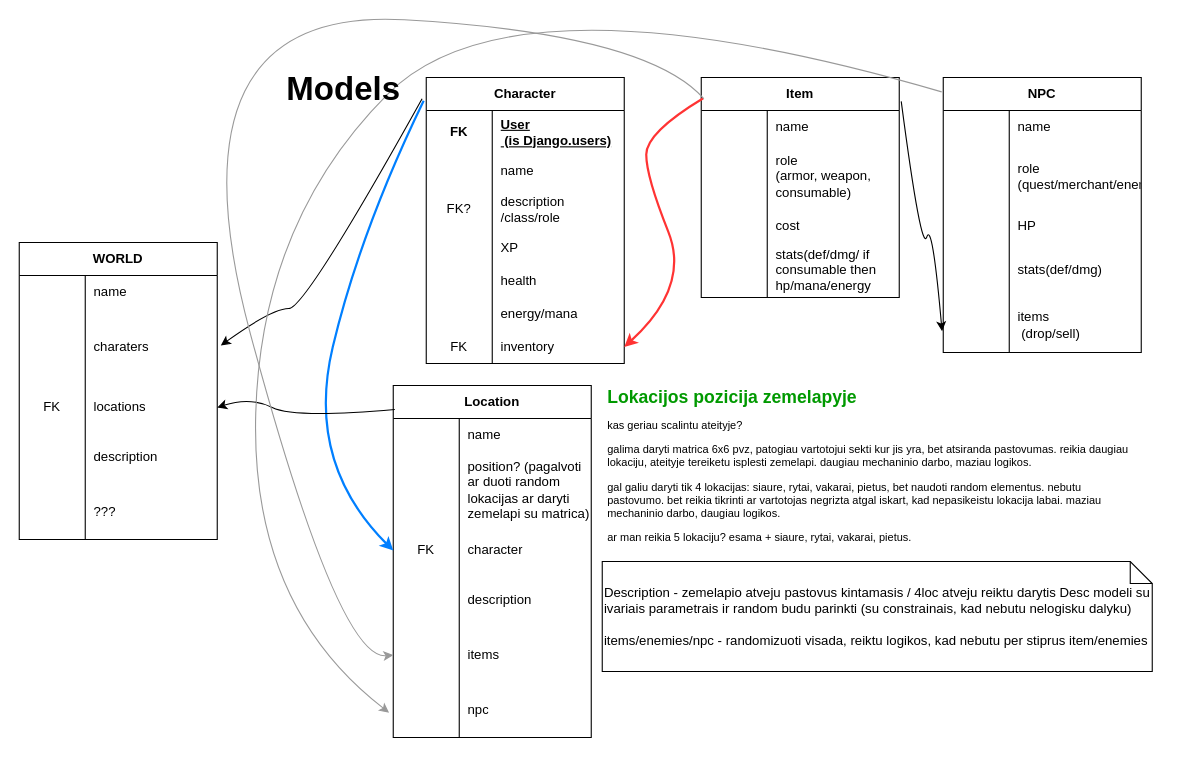
The draw.io diagram autoservisas/baigiamajam.drawio in trasher-is/autoservisas, before the edit. Source tidied: cells renumbered, new cells numbered last; positions are measured from the earlier drawing's top-left corner, leaving out a move shared by most shapes. Both pictures are drawn from the tidied source at 110%, with x=0, y=0 at pixel (19, -33).
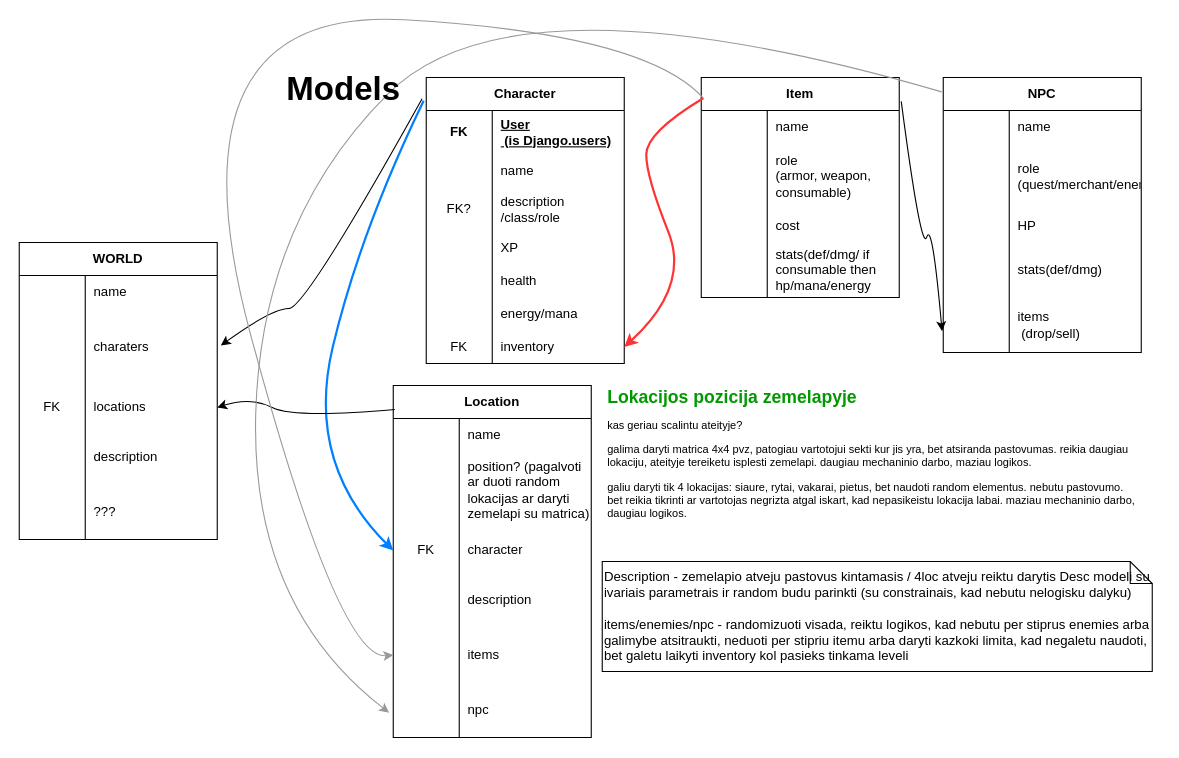
Above is the later version.

Diff of the diagram source:
```diff
@@
-    <mxCell id="58" value="&lt;h1 style=&quot;font-size: 16px;&quot;&gt;&lt;font style=&quot;font-size: 16px;&quot; color=&quot;#009900&quot;&gt;Lokacijos pozicija zemelapyje&lt;/font&gt;&lt;font style=&quot;font-size: 16px;&quot;&gt;&lt;br&gt;&lt;/font&gt;&lt;/h1&gt;&lt;p style=&quot;font-size: 10px;&quot;&gt;&lt;font style=&quot;font-size: 10px;&quot;&gt;kas geriau scalintu ateityje?&lt;/font&gt;&lt;/p&gt;&lt;p style=&quot;font-size: 10px;&quot;&gt;&lt;font style=&quot;font-size: 10px;&quot;&gt;galima daryti matrica 6x6 pvz, patogiau vartotojui sekti kur jis yra, bet atsiranda pastovumas. reikia daugiau lokaciju, ateityje tereiketu isplesti zemelapi. daugiau mechaninio darbo, maziau logikos.&lt;br&gt;&lt;/font&gt;&lt;/p&gt;&lt;p style=&quot;font-size: 10px;&quot;&gt;&lt;font style=&quot;font-size: 10px;&quot;&gt;gal galiu daryti tik 4 lokacijas: siaure, rytai, vakarai, pietus, bet naudoti random elementus. nebutu pastovumo. bet reikia tikrinti ar vartotojas negrizta atgal iskart, kad nepasikeistu lokacija labai. maziau mechaninio darbo, daugiau logikos.&lt;/font&gt;&lt;/p&gt;&lt;p style=&quot;font-size: 10px;&quot;&gt;&lt;font style=&quot;font-size: 10px;&quot;&gt;ar man reikia 5 lokaciju? esama + siaure, rytai, vakarai, pietus.&lt;/font&gt;&lt;/p&gt;" style="text;html=1;strokeColor=none;fillColor=none;spacing=5;spacingTop=-20;whiteSpace=wrap;overflow=hidden;rounded=0;" parent="1" vertex="1">
+    <mxCell id="58" value="&lt;h1 style=&quot;font-size: 16px;&quot;&gt;&lt;font style=&quot;font-size: 16px;&quot; color=&quot;#009900&quot;&gt;Lokacijos pozicija zemelapyje&lt;/font&gt;&lt;font style=&quot;font-size: 16px;&quot;&gt;&lt;br&gt;&lt;/font&gt;&lt;/h1&gt;&lt;p style=&quot;font-size: 10px;&quot;&gt;&lt;font style=&quot;font-size: 10px;&quot;&gt;kas geriau scalintu ateityje?&lt;/font&gt;&lt;/p&gt;&lt;p style=&quot;font-size: 10px;&quot;&gt;&lt;font style=&quot;font-size: 10px;&quot;&gt;galima daryti matrica 4x4 pvz, patogiau vartotojui sekti kur jis yra, bet atsiranda pastovumas. reikia daugiau lokaciju, ateityje tereiketu isplesti zemelapi. daugiau mechaninio darbo, maziau logikos.&lt;br&gt;&lt;/font&gt;&lt;/p&gt;&lt;p style=&quot;font-size: 10px;&quot;&gt;&lt;font style=&quot;font-size: 10px;&quot;&gt;galiu daryti tik 4 lokacijas: siaure, rytai, vakarai, pietus, bet naudoti random elementus. nebutu pastovumo. bet reikia tikrinti ar vartotojas negrizta atgal iskart, kad nepasikeistu lokacija labai. maziau mechaninio darbo, daugiau logikos.&lt;/font&gt;&lt;/p&gt;" style="text;html=1;strokeColor=none;fillColor=none;spacing=5;spacingTop=-20;whiteSpace=wrap;overflow=hidden;rounded=0;" parent="1" vertex="1">
       <mxGeometry x="530" y="380" width="490" height="150" as="geometry" />
     </mxCell>
-    <mxCell id="59" value="Description - zemelapio atveju pastovus kintamasis / 4loc atveju reiktu darytis Desc modeli su ivariais parametrais ir random budu parinkti (su constrainais, kad nebutu nelogisku dalyku)&lt;br&gt;&lt;br&gt;items/enemies/npc - randomizuoti visada, reiktu logikos, kad nebutu per stiprus item/enemies" style="shape=note;size=20;whiteSpace=wrap;html=1;align=left;" parent="1" vertex="1">
+    <mxCell id="59" value="Description - zemelapio atveju pastovus kintamasis / 4loc atveju reiktu darytis Desc modeli su ivariais parametrais ir random budu parinkti (su constrainais, kad nebutu nelogisku dalyku)&lt;br&gt;&lt;br&gt;&lt;div&gt;items/enemies/npc - randomizuoti visada, reiktu logikos, kad nebutu per stiprus enemies arba galimybe atsitraukti, neduoti per stipriu itemu arba daryti kazkoki limita, kad negaletu naudoti, bet galetu laikyti inventory kol pasieks tinkama leveli&lt;/div&gt;" style="shape=note;size=20;whiteSpace=wrap;html=1;align=left;" parent="1" vertex="1">
       <mxGeometry x="530" y="540" width="500" height="100" as="geometry" />
     </mxCell>
```
